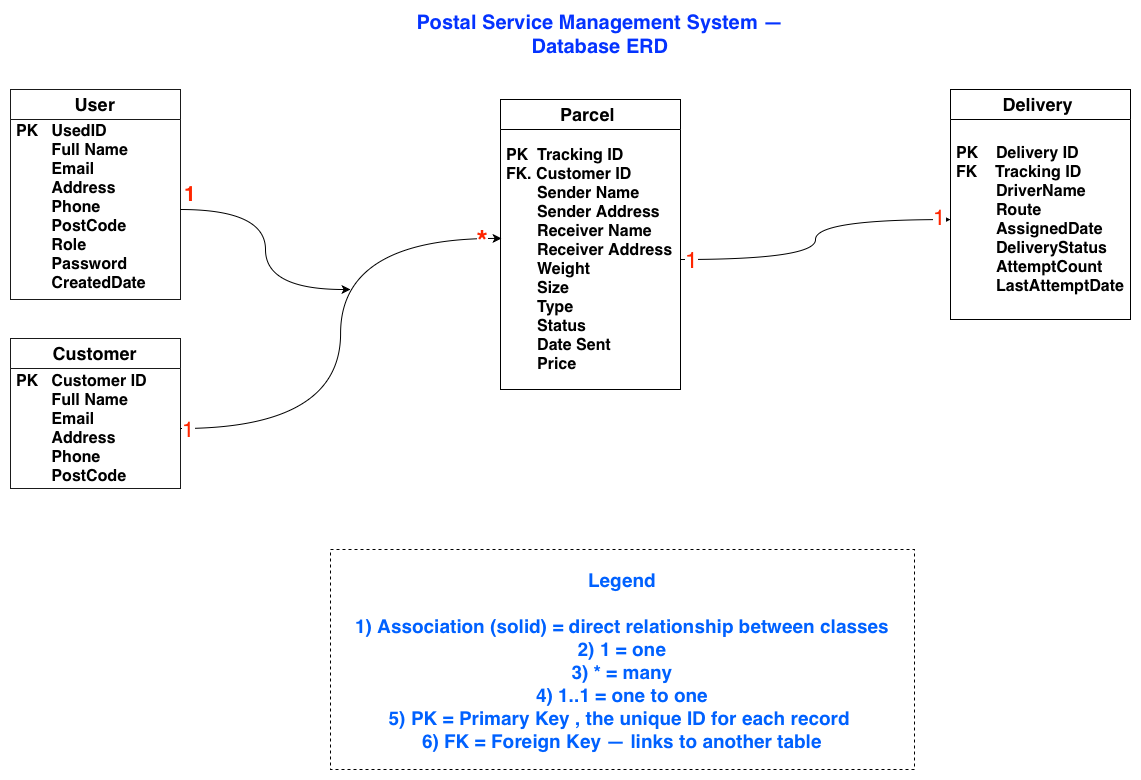
Above: design/database-erd.drawio.png in MeetMande/Postal-Service-Management-System (draw.io), before the change. Source tidied: cells renumbered, new cells last; positions are measured from the earlier drawing's top-left corner, leaving out a move shared by most shapes.
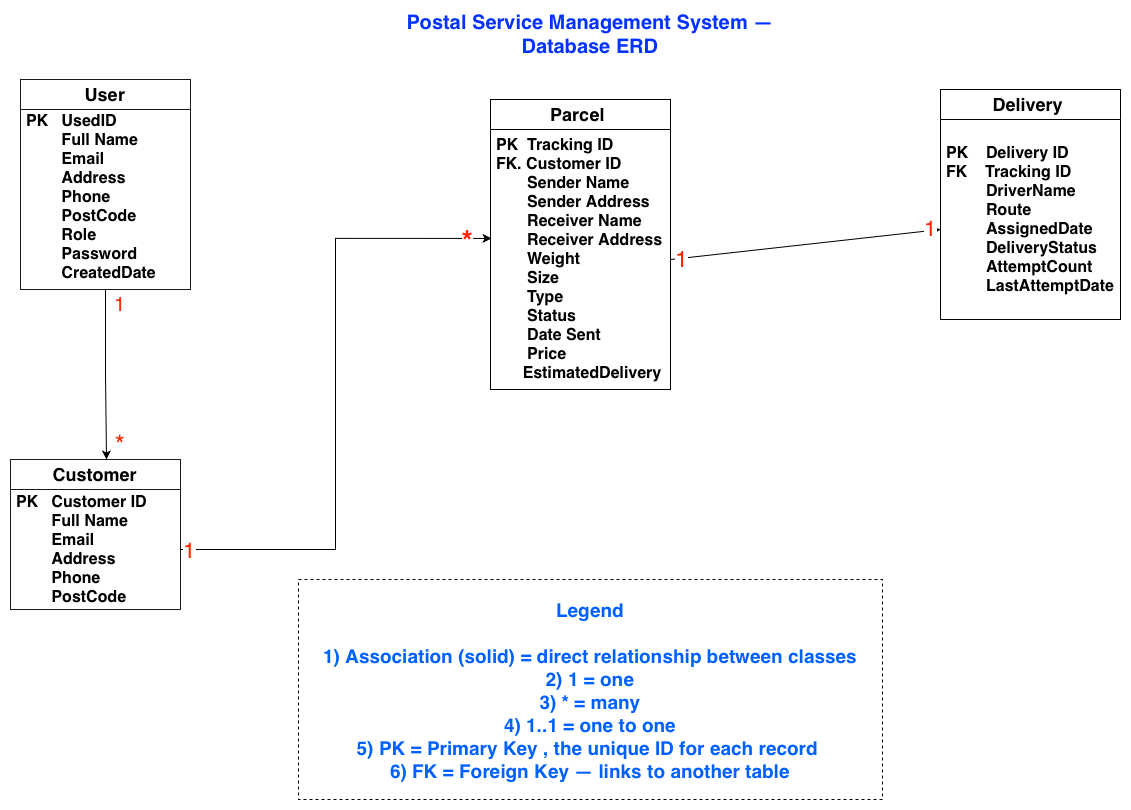
The same file after the commit.

Change to the diagram source:
```diff
@@ -3,7 +3,7 @@
     <mxCell id="0" />
     <mxCell id="1" parent="0" />
     <mxCell id="2" value="&lt;span style=&quot;text-align: start;&quot;&gt;&lt;b&gt;&lt;font style=&quot;font-size: 18px;&quot;&gt;Customer&lt;/font&gt;&lt;/b&gt;&lt;/span&gt;" style="swimlane;fontStyle=0;horizontal=1;startSize=30;whiteSpace=wrap;html=1;opacity=90;" parent="1" vertex="1">
-      <mxGeometry y="319" width="170" height="150" as="geometry" />
+      <mxGeometry x="10" y="440" width="170" height="150" as="geometry" />
     </mxCell>
     <mxCell id="3" value="&lt;b&gt;&lt;font style=&quot;font-size: 16px;&quot;&gt;PK &amp;nbsp; Customer ID&amp;nbsp;&lt;/font&gt;&lt;/b&gt;&lt;div&gt;&lt;b&gt;&lt;font style=&quot;font-size: 16px;&quot;&gt;&amp;nbsp; &amp;nbsp; &amp;nbsp; &amp;nbsp; Full Name&lt;/font&gt;&lt;/b&gt;&lt;/div&gt;&lt;div&gt;&lt;b&gt;&lt;font style=&quot;font-size: 16px;&quot;&gt;&amp;nbsp; &amp;nbsp; &amp;nbsp; &amp;nbsp; Email&lt;/font&gt;&lt;/b&gt;&lt;/div&gt;&lt;div&gt;&lt;b&gt;&lt;font style=&quot;font-size: 16px;&quot;&gt;&amp;nbsp; &amp;nbsp; &amp;nbsp; &amp;nbsp; Address&lt;/font&gt;&lt;/b&gt;&lt;/div&gt;&lt;div&gt;&lt;b&gt;&lt;font style=&quot;font-size: 16px;&quot;&gt;&amp;nbsp; &amp;nbsp; &amp;nbsp; &amp;nbsp; Phone&lt;/font&gt;&lt;/b&gt;&lt;/div&gt;&lt;div&gt;&lt;b&gt;&lt;font style=&quot;font-size: 16px;&quot;&gt;&amp;nbsp; &amp;nbsp; &amp;nbsp; &amp;nbsp; PostCode&lt;/font&gt;&lt;/b&gt;&lt;/div&gt;" style="text;strokeColor=none;fillColor=none;align=left;verticalAlign=middle;spacingLeft=4;spacingRight=4;overflow=hidden;points=[[0,0.5],[1,0.5]];portConstraint=eastwest;whiteSpace=wrap;html=1;" parent="2" vertex="1">
       <mxGeometry y="30" width="170" height="120" as="geometry" />
@@ -14,7 +14,7 @@
     <mxCell id="5" value="&lt;span style=&quot;text-align: start;&quot;&gt;&lt;b&gt;&lt;font style=&quot;font-size: 18px;&quot;&gt;Parcel&amp;nbsp;&lt;/font&gt;&lt;/b&gt;&lt;/span&gt;" style="swimlane;fontStyle=0;horizontal=1;startSize=30;whiteSpace=wrap;html=1;" parent="1" vertex="1">
       <mxGeometry x="490" y="80" width="180" height="290" as="geometry" />
     </mxCell>
-    <mxCell id="6" value="&lt;b&gt;&lt;font style=&quot;font-size: 16px;&quot;&gt;PK &amp;nbsp;Tracking ID&lt;/font&gt;&lt;/b&gt;&lt;div&gt;&lt;b&gt;&lt;font style=&quot;font-size: 16px;&quot;&gt;FK. Customer ID&lt;/font&gt;&lt;/b&gt;&lt;/div&gt;&lt;div&gt;&lt;b&gt;&lt;font style=&quot;font-size: 16px;&quot;&gt;&amp;nbsp; &amp;nbsp; &amp;nbsp; &amp;nbsp;Sender Name&lt;/font&gt;&lt;/b&gt;&lt;/div&gt;&lt;div&gt;&lt;b&gt;&lt;font style=&quot;font-size: 16px;&quot;&gt;&amp;nbsp; &amp;nbsp; &amp;nbsp; &amp;nbsp;Sender Address&lt;/font&gt;&lt;/b&gt;&lt;/div&gt;&lt;div&gt;&lt;b&gt;&lt;font style=&quot;font-size: 16px;&quot;&gt;&amp;nbsp; &amp;nbsp; &amp;nbsp; &amp;nbsp;Receiver Name&lt;/font&gt;&lt;/b&gt;&lt;/div&gt;&lt;div&gt;&lt;b&gt;&lt;font style=&quot;font-size: 16px;&quot;&gt;&amp;nbsp; &amp;nbsp; &amp;nbsp; &amp;nbsp;Receiver Address&lt;/font&gt;&lt;/b&gt;&lt;/div&gt;&lt;div&gt;&lt;b&gt;&lt;font style=&quot;font-size: 16px;&quot;&gt;&amp;nbsp; &amp;nbsp; &amp;nbsp; &amp;nbsp;Weight&amp;nbsp;&lt;/font&gt;&lt;/b&gt;&lt;/div&gt;&lt;div&gt;&lt;b&gt;&lt;font style=&quot;font-size: 16px;&quot;&gt;&amp;nbsp; &amp;nbsp; &amp;nbsp; &amp;nbsp;Size&lt;/font&gt;&lt;/b&gt;&lt;/div&gt;&lt;div&gt;&lt;b&gt;&lt;font style=&quot;font-size: 16px;&quot;&gt;&amp;nbsp; &amp;nbsp; &amp;nbsp; &amp;nbsp;Type&lt;/font&gt;&lt;/b&gt;&lt;/div&gt;&lt;div&gt;&lt;b&gt;&lt;font style=&quot;font-size: 16px;&quot;&gt;&amp;nbsp; &amp;nbsp; &amp;nbsp; &amp;nbsp;Status&lt;/font&gt;&lt;/b&gt;&lt;/div&gt;&lt;div&gt;&lt;b&gt;&lt;font style=&quot;font-size: 16px;&quot;&gt;&amp;nbsp; &amp;nbsp; &amp;nbsp; &amp;nbsp;Date Sent&lt;/font&gt;&lt;/b&gt;&lt;/div&gt;&lt;div&gt;&lt;b&gt;&lt;font style=&quot;font-size: 16px;&quot;&gt;&amp;nbsp; &amp;nbsp; &amp;nbsp; &amp;nbsp;Price&lt;/font&gt;&lt;/b&gt;&lt;/div&gt;" style="text;strokeColor=none;fillColor=none;align=left;verticalAlign=middle;spacingLeft=4;spacingRight=4;overflow=hidden;points=[[0,0.5],[1,0.5]];portConstraint=eastwest;whiteSpace=wrap;html=1;" parent="5" vertex="1">
+    <mxCell id="6" value="&lt;b&gt;&lt;font style=&quot;font-size: 16px;&quot;&gt;PK &amp;nbsp;Tracking ID&lt;/font&gt;&lt;/b&gt;&lt;div&gt;&lt;b&gt;&lt;font style=&quot;font-size: 16px;&quot;&gt;FK. Customer ID&lt;/font&gt;&lt;/b&gt;&lt;/div&gt;&lt;div&gt;&lt;b&gt;&lt;font style=&quot;font-size: 16px;&quot;&gt;&amp;nbsp; &amp;nbsp; &amp;nbsp; &amp;nbsp;Sender Name&lt;/font&gt;&lt;/b&gt;&lt;/div&gt;&lt;div&gt;&lt;b&gt;&lt;font style=&quot;font-size: 16px;&quot;&gt;&amp;nbsp; &amp;nbsp; &amp;nbsp; &amp;nbsp;Sender Address&lt;/font&gt;&lt;/b&gt;&lt;/div&gt;&lt;div&gt;&lt;b&gt;&lt;font style=&quot;font-size: 16px;&quot;&gt;&amp;nbsp; &amp;nbsp; &amp;nbsp; &amp;nbsp;Receiver Name&lt;/font&gt;&lt;/b&gt;&lt;/div&gt;&lt;div&gt;&lt;b&gt;&lt;font style=&quot;font-size: 16px;&quot;&gt;&amp;nbsp; &amp;nbsp; &amp;nbsp; &amp;nbsp;Receiver Address&lt;/font&gt;&lt;/b&gt;&lt;/div&gt;&lt;div&gt;&lt;b&gt;&lt;font style=&quot;font-size: 16px;&quot;&gt;&amp;nbsp; &amp;nbsp; &amp;nbsp; &amp;nbsp;Weight&amp;nbsp;&lt;/font&gt;&lt;/b&gt;&lt;/div&gt;&lt;div&gt;&lt;b&gt;&lt;font style=&quot;font-size: 16px;&quot;&gt;&amp;nbsp; &amp;nbsp; &amp;nbsp; &amp;nbsp;Size&lt;/font&gt;&lt;/b&gt;&lt;/div&gt;&lt;div&gt;&lt;b&gt;&lt;font style=&quot;font-size: 16px;&quot;&gt;&amp;nbsp; &amp;nbsp; &amp;nbsp; &amp;nbsp;Type&lt;/font&gt;&lt;/b&gt;&lt;/div&gt;&lt;div&gt;&lt;b&gt;&lt;font style=&quot;font-size: 16px;&quot;&gt;&amp;nbsp; &amp;nbsp; &amp;nbsp; &amp;nbsp;Status&lt;/font&gt;&lt;/b&gt;&lt;/div&gt;&lt;div&gt;&lt;b&gt;&lt;font style=&quot;font-size: 16px;&quot;&gt;&amp;nbsp; &amp;nbsp; &amp;nbsp; &amp;nbsp;Date Sent&lt;/font&gt;&lt;/b&gt;&lt;/div&gt;&lt;div&gt;&lt;b&gt;&lt;font style=&quot;font-size: 16px;&quot;&gt;&amp;nbsp; &amp;nbsp; &amp;nbsp; &amp;nbsp;Price&lt;/font&gt;&lt;/b&gt;&lt;/div&gt;&lt;div&gt;&lt;b&gt;&lt;font style=&quot;font-size: 16px;&quot;&gt;&amp;nbsp; &amp;nbsp; &amp;nbsp; EstimatedDelivery&lt;/font&gt;&lt;/b&gt;&lt;/div&gt;" style="text;strokeColor=none;fillColor=none;align=left;verticalAlign=middle;spacingLeft=4;spacingRight=4;overflow=hidden;points=[[0,0.5],[1,0.5]];portConstraint=eastwest;whiteSpace=wrap;html=1;" parent="5" vertex="1">
       <mxGeometry y="30" width="180" height="260" as="geometry" />
     </mxCell>
     <mxCell id="7" value="&lt;span style=&quot;text-align: start;&quot;&gt;&lt;b&gt;&lt;font style=&quot;font-size: 18px;&quot;&gt;Delivery&lt;/font&gt;&lt;/b&gt;&lt;font size=&quot;3&quot;&gt;&amp;nbsp;&lt;/font&gt;&lt;/span&gt;" style="swimlane;fontStyle=0;horizontal=1;startSize=30;whiteSpace=wrap;html=1;" parent="1" vertex="1">
@@ -24,9 +24,9 @@
       <mxGeometry y="30" width="180" height="200" as="geometry" />
     </mxCell>
     <mxCell id="9" value="Legend&#10;&#10;1) Association (solid) = direct relationship between classes&#10;2) 1 = one&#10;3) * = many&#10;4) 1..1 = one to one&#10;5) PK = Primary Key , the unique ID for each record &#10;6) FK = Foreign Key — links to another table" style="dashed=1;fillColor=none;fontStyle=1;fontSize=19;fontColor=light-dark(#0061ff, #EDEDED);" parent="1" vertex="1">
-      <mxGeometry x="320" y="530" width="584" height="220" as="geometry" />
+      <mxGeometry x="298" y="560" width="584" height="220" as="geometry" />
     </mxCell>
-    <mxCell id="10" style="edgeStyle=orthogonalEdgeStyle;rounded=0;jettySize=auto;html=1;exitX=1;exitY=0.5;exitDx=0;exitDy=0;entryX=0.006;entryY=0.419;entryDx=0;entryDy=0;entryPerimeter=0;curved=1;" parent="1" edge="1" source="3" target="6">
+    <mxCell id="10" style="edgeStyle=orthogonalEdgeStyle;rounded=0;jettySize=auto;html=1;exitX=1;exitY=0.5;exitDx=0;exitDy=0;entryX=0.006;entryY=0.419;entryDx=0;entryDy=0;entryPerimeter=0;" parent="1" edge="1" source="3" target="6">
       <mxGeometry relative="1" as="geometry" />
     </mxCell>
     <mxCell id="11" value="&lt;font style=&quot;font-size: 22px; color: light-dark(rgb(255, 38, 0), rgb(237, 237, 237));&quot;&gt;1&lt;/font&gt;" style="edgeLabel;html=1;align=center;verticalAlign=middle;" parent="10" vertex="1">
@@ -35,7 +35,7 @@
     <mxCell id="12" value="&lt;b&gt;&lt;font style=&quot;color: light-dark(rgb(255, 38, 0), rgb(237, 237, 237)); font-size: 29px;&quot;&gt;*&lt;/font&gt;&lt;/b&gt;" style="edgeLabel;html=1;align=center;verticalAlign=middle;" parent="10" vertex="1">
       <mxGeometry x="0.92" y="-2" relative="1" as="geometry" />
     </mxCell>
-    <mxCell id="13" style="edgeStyle=orthogonalEdgeStyle;rounded=0;jettySize=auto;html=1;exitX=1;exitY=0.5;exitDx=0;exitDy=0;curved=1;" parent="1" edge="1" source="6" target="8">
+    <mxCell id="13" style="rounded=0;jettySize=auto;html=1;exitX=1;exitY=0.5;exitDx=0;exitDy=0;" parent="1" edge="1" source="6" target="8">
       <mxGeometry relative="1" as="geometry" />
     </mxCell>
     <mxCell id="14" value="&lt;font style=&quot;font-size: 23px; color: light-dark(rgb(255, 38, 0), rgb(237, 237, 237));&quot;&gt;1&lt;/font&gt;" style="edgeLabel;html=1;align=center;verticalAlign=middle;" parent="13" vertex="1">
@@ -47,18 +47,21 @@
       <mxGeometry x="0.92" y="3" relative="1" as="geometry" />
     </mxCell>
     <mxCell id="16" value="&lt;div style=&quot;text-align: start;&quot;&gt;&lt;font size=&quot;4&quot;&gt;&lt;b&gt;User&lt;/b&gt;&lt;/font&gt;&lt;/div&gt;" style="swimlane;fontStyle=0;horizontal=1;startSize=30;whiteSpace=wrap;html=1;opacity=90;" parent="1" vertex="1">
-      <mxGeometry y="70" width="170" height="210" as="geometry" />
+      <mxGeometry x="20" y="60" width="170" height="210" as="geometry" />
     </mxCell>
-    <mxCell id="17" style="edgeStyle=orthogonalEdgeStyle;rounded=0;jettySize=auto;html=1;exitX=1;exitY=0.5;exitDx=0;exitDy=0;curved=1;" parent="16" edge="1" source="18">
-      <mxGeometry relative="1" as="geometry">
-        <mxPoint x="340" y="200" as="targetPoint" />
-      </mxGeometry>
-    </mxCell>
     <mxCell id="18" value="&lt;b&gt;&lt;font style=&quot;font-size: 16px;&quot;&gt;PK &amp;nbsp; UsedID&amp;nbsp;&lt;/font&gt;&lt;/b&gt;&lt;div&gt;&lt;b&gt;&lt;font style=&quot;font-size: 16px;&quot;&gt;&amp;nbsp; &amp;nbsp; &amp;nbsp; &amp;nbsp; Full Name&lt;/font&gt;&lt;/b&gt;&lt;/div&gt;&lt;div&gt;&lt;b&gt;&lt;font style=&quot;font-size: 16px;&quot;&gt;&amp;nbsp; &amp;nbsp; &amp;nbsp; &amp;nbsp; Email&lt;/font&gt;&lt;/b&gt;&lt;/div&gt;&lt;div&gt;&lt;b&gt;&lt;font style=&quot;font-size: 16px;&quot;&gt;&amp;nbsp; &amp;nbsp; &amp;nbsp; &amp;nbsp; Address&lt;/font&gt;&lt;/b&gt;&lt;/div&gt;&lt;div&gt;&lt;b&gt;&lt;font style=&quot;font-size: 16px;&quot;&gt;&amp;nbsp; &amp;nbsp; &amp;nbsp; &amp;nbsp; Phone&lt;/font&gt;&lt;/b&gt;&lt;/div&gt;&lt;div&gt;&lt;b&gt;&lt;font style=&quot;font-size: 16px;&quot;&gt;&amp;nbsp; &amp;nbsp; &amp;nbsp; &amp;nbsp; PostCode&lt;/font&gt;&lt;/b&gt;&lt;/div&gt;&lt;div&gt;&lt;b&gt;&lt;font style=&quot;font-size: 16px;&quot;&gt;&amp;nbsp; &amp;nbsp; &amp;nbsp; &amp;nbsp; Role&lt;/font&gt;&lt;/b&gt;&lt;/div&gt;&lt;div&gt;&lt;b&gt;&lt;font style=&quot;font-size: 16px;&quot;&gt;&amp;nbsp; &amp;nbsp; &amp;nbsp; &amp;nbsp; Password&lt;/font&gt;&lt;/b&gt;&lt;/div&gt;&lt;div&gt;&lt;b&gt;&lt;font style=&quot;font-size: 16px;&quot;&gt;&amp;nbsp; &amp;nbsp; &amp;nbsp; &amp;nbsp; CreatedDate&lt;/font&gt;&lt;/b&gt;&lt;/div&gt;&lt;div&gt;&lt;b&gt;&lt;font style=&quot;font-size: 16px;&quot;&gt;&lt;br&gt;&lt;/font&gt;&lt;/b&gt;&lt;/div&gt;" style="text;strokeColor=none;fillColor=none;align=left;verticalAlign=middle;spacingLeft=4;spacingRight=4;overflow=hidden;points=[[0,0.5],[1,0.5]];portConstraint=eastwest;whiteSpace=wrap;html=1;" parent="16" vertex="1">
       <mxGeometry y="30" width="170" height="180" as="geometry" />
     </mxCell>
+    <mxCell id="20" style="edgeStyle=orthogonalEdgeStyle;rounded=0;jettySize=auto;html=1;" parent="1" edge="1" source="16">
+      <mxGeometry relative="1" as="geometry">
+        <mxPoint x="106" y="440" as="targetPoint" />
+      </mxGeometry>
+    </mxCell>
-    <mxCell id="19" value="&lt;b&gt;&lt;font style=&quot;font-size: 21px; color: light-dark(rgb(255, 38, 0), rgb(237, 237, 237));&quot;&gt;1&lt;/font&gt;&lt;/b&gt;" style="text;html=1;whiteSpace=wrap;strokeColor=none;fillColor=none;align=center;verticalAlign=middle;rounded=0;" parent="1" vertex="1">
-      <mxGeometry x="150" y="160" width="60" height="30" as="geometry" />
+    <mxCell id="19" value="&lt;font style=&quot;font-size: 20px; color: light-dark(rgb(255, 38, 0), rgb(237, 237, 237));&quot;&gt;1&lt;/font&gt;" style="text;html=1;whiteSpace=wrap;strokeColor=none;fillColor=none;align=center;verticalAlign=middle;rounded=0;" parent="1" vertex="1">
+      <mxGeometry x="90" y="270" width="60" height="30" as="geometry" />
     </mxCell>
+    <mxCell id="21" value="&lt;font style=&quot;color: light-dark(rgb(255, 38, 0), rgb(237, 237, 237)); font-size: 27px;&quot;&gt;*&lt;/font&gt;" style="text;html=1;whiteSpace=wrap;strokeColor=none;fillColor=none;align=center;verticalAlign=middle;rounded=0;" parent="1" vertex="1">
+      <mxGeometry x="90" y="410" width="60" height="30" as="geometry" />
+    </mxCell>
   </root>
 </mxGraphModel>
```
